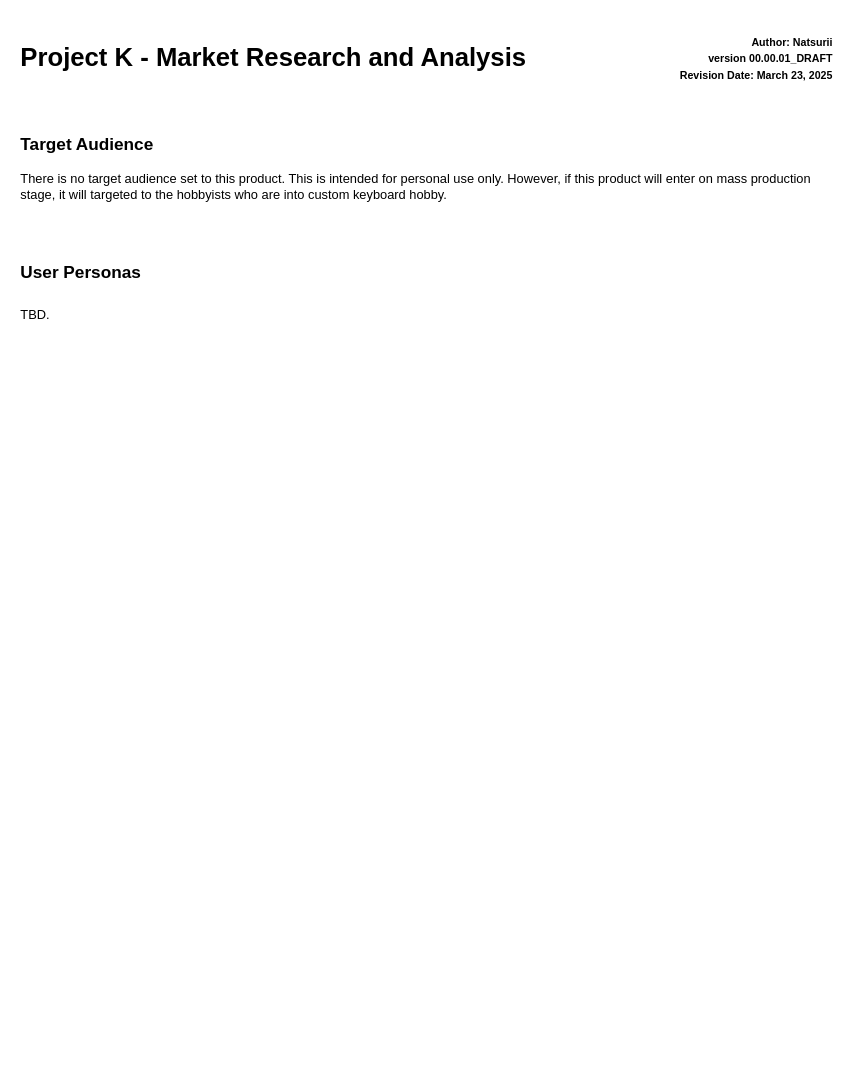
Natsurii/pk keeps this draw.io diagram as page "02_ Market" (3 of 5) of docs/plans/Design Plan.drawio. Above is the earlier version. Source tidied: cells renumbered, new cells numbered last; positions are measured from the earlier drawing's top-left corner, leaving out a move shared by most shapes. Both pictures are drawn from the tidied source at 107%, with x=0, y=0 at pixel (18, 36).
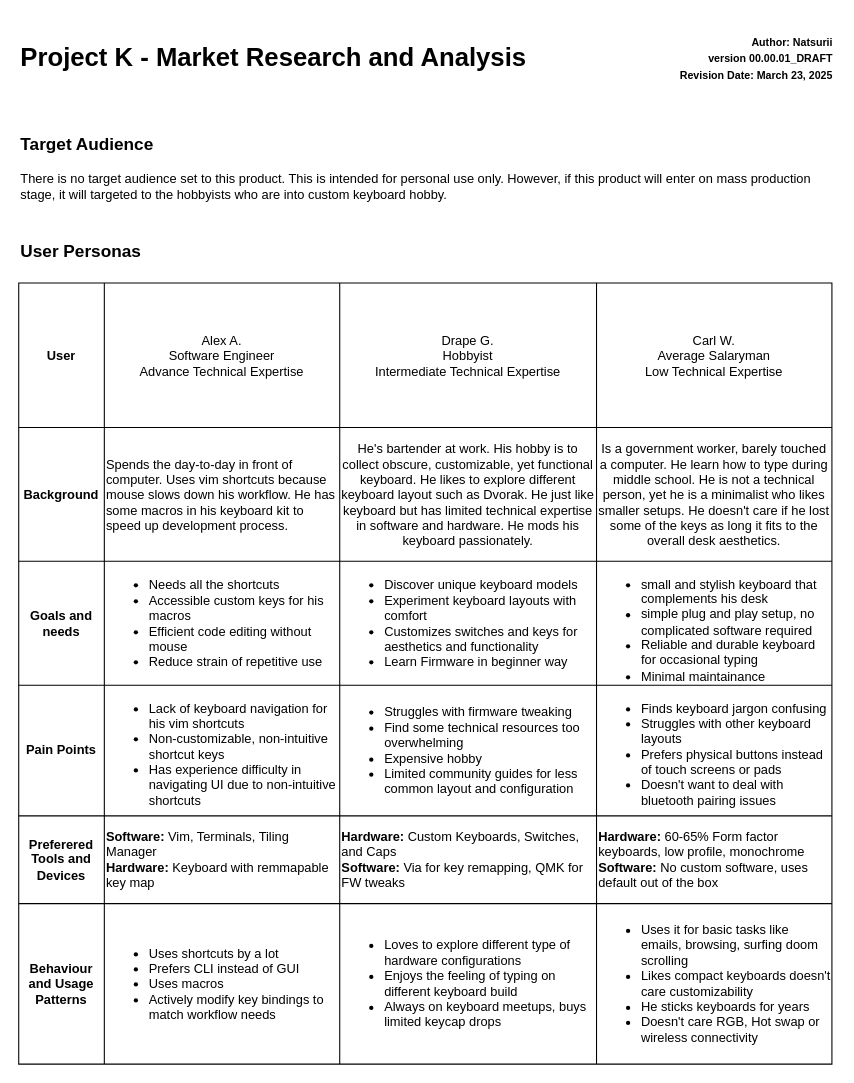
The same diagram, later.

Commit message (it also covers changes not shown here):
CHANGES: Add user stories in market analysis

The edit, as a diff of the source:
```diff
@@
     <mxCell id="8" value="&lt;h6&gt;User Personas&lt;/h6&gt;" style="text;strokeColor=none;fillColor=none;html=1;fontSize=24;fontStyle=1;verticalAlign=middle;align=left;" parent="1" vertex="1">
-      <mxGeometry y="200" width="160" height="40" as="geometry" />
+      <mxGeometry y="180" width="160" height="40" as="geometry" />
     </mxCell>
-    <mxCell id="9" value="TBD." style="text;html=1;align=left;verticalAlign=middle;whiteSpace=wrap;rounded=0;labelPosition=center;verticalLabelPosition=middle;" parent="1" vertex="1">
-      <mxGeometry y="240" width="760" height="40" as="geometry" />
-    </mxCell>
+    <mxCell id="10" style="shape=table;startSize=0;childLayout=tableLayout;verticalAlign=middle;" parent="1" vertex="1">
+      <mxGeometry y="230" width="760" height="730" as="geometry" />
+    </mxCell>
+    <mxCell id="11" style="shape=tableRow;horizontal=0;startSize=0;swimlaneHead=0;swimlaneBody=0;strokeColor=inherit;top=0;left=0;bottom=0;right=0;fillColor=none;" parent="10" vertex="1">
+      <mxGeometry width="760" height="135" as="geometry" />
+    </mxCell>
+    <mxCell id="12" value="&lt;b&gt;User&lt;/b&gt;" style="shape=partialRectangle;html=1;whiteSpace=wrap;strokeColor=inherit;overflow=hidden;fillColor=none;top=0;left=0;bottom=0;right=0;" parent="11" vertex="1">
+      <mxGeometry width="80" height="135" as="geometry" />
+    </mxCell>
+    <mxCell id="13" value="Alex A.&lt;div&gt;Software Engineer&lt;/div&gt;&lt;div&gt;Advance Technical Expertise&lt;/div&gt;" style="shape=partialRectangle;html=1;whiteSpace=wrap;strokeColor=inherit;overflow=hidden;fillColor=none;top=0;left=0;bottom=0;right=0;" parent="11" vertex="1">
+      <mxGeometry x="80" width="220" height="135" as="geometry" />
+    </mxCell>
+    <mxCell id="14" value="Drape G.&lt;div&gt;Hobbyist&lt;/div&gt;&lt;div&gt;Intermediate Technical Expertise&lt;/div&gt;" style="shape=partialRectangle;html=1;whiteSpace=wrap;strokeColor=inherit;overflow=hidden;fillColor=none;top=0;left=0;bottom=0;right=0;" parent="11" vertex="1">
+      <mxGeometry x="300" width="240" height="135" as="geometry" />
+    </mxCell>
+    <mxCell id="15" value="Carl W.&lt;div&gt;Average Salaryman&lt;/div&gt;&lt;div&gt;Low Technical Expertise&lt;/div&gt;" style="shape=partialRectangle;html=1;whiteSpace=wrap;strokeColor=inherit;overflow=hidden;fillColor=none;top=0;left=0;bottom=0;right=0;" parent="11" vertex="1">
+      <mxGeometry x="540" width="220" height="135" as="geometry" />
+    </mxCell>
+    <mxCell id="16" style="shape=tableRow;horizontal=0;startSize=0;swimlaneHead=0;swimlaneBody=0;strokeColor=inherit;top=0;left=0;bottom=0;right=0;fillColor=none;align=left;" parent="10" vertex="1">
+      <mxGeometry y="135" width="760" height="125" as="geometry" />
+    </mxCell>
+    <mxCell id="17" value="&lt;b&gt;Background&lt;/b&gt;" style="shape=partialRectangle;html=1;whiteSpace=wrap;strokeColor=inherit;overflow=hidden;fillColor=none;top=0;left=0;bottom=0;right=0;" parent="16" vertex="1">
+      <mxGeometry width="80" height="125" as="geometry" />
+    </mxCell>
+    <mxCell id="18" value="Spends the day-to-day in front of computer.&amp;nbsp;&lt;span style=&quot;background-color: transparent; color: light-dark(rgb(0, 0, 0), rgb(255, 255, 255));&quot;&gt;Uses vim shortcuts because mouse slows down his workflow. He has some macros in his keyboard kit to speed up development process.&lt;/span&gt;" style="shape=partialRectangle;html=1;whiteSpace=wrap;strokeColor=inherit;overflow=hidden;fillColor=none;top=0;left=0;bottom=0;right=0;align=left;verticalAlign=middle;" parent="16" vertex="1">
+      <mxGeometry x="80" width="220" height="125" as="geometry" />
+    </mxCell>
+    <mxCell id="19" value="He's bartender at work. His hobby is to collect obscure, customizable, yet functional keyboard. He likes to explore different keyboard layout such as Dvorak. He just like keyboard but has limited technical expertise in software and hardware. He mods his keyboard passionately." style="shape=partialRectangle;html=1;whiteSpace=wrap;strokeColor=inherit;overflow=hidden;fillColor=none;top=0;left=0;bottom=0;right=0;verticalAlign=middle;" parent="16" vertex="1">
+      <mxGeometry x="300" width="240" height="125" as="geometry" />
+    </mxCell>
+    <mxCell id="20" value="Is a government worker, barely touched a computer. He learn how to type during middle school. He is not a technical person, yet he is a minimalist who likes smaller setups. He doesn't care if he lost some of the keys as long it fits to the overall desk aesthetics." style="shape=partialRectangle;html=1;whiteSpace=wrap;strokeColor=inherit;overflow=hidden;fillColor=none;top=0;left=0;bottom=0;right=0;" parent="16" vertex="1">
+      <mxGeometry x="540" width="220" height="125" as="geometry" />
+    </mxCell>
+    <mxCell id="21" style="shape=tableRow;horizontal=0;startSize=0;swimlaneHead=0;swimlaneBody=0;strokeColor=inherit;top=0;left=0;bottom=0;right=0;fillColor=none;" parent="10" vertex="1">
+      <mxGeometry y="260" width="760" height="116" as="geometry" />
+    </mxCell>
+    <mxCell id="22" value="&lt;b&gt;Goals and needs&lt;/b&gt;" style="shape=partialRectangle;html=1;whiteSpace=wrap;strokeColor=inherit;overflow=hidden;fillColor=none;top=0;left=0;bottom=0;right=0;" parent="21" vertex="1">
+      <mxGeometry width="80" height="116" as="geometry" />
+    </mxCell>
+    <mxCell id="23" value="&lt;ul&gt;&lt;li&gt;Needs all the shortcuts&lt;/li&gt;&lt;li&gt;Accessible custom keys for his macros&lt;/li&gt;&lt;li&gt;Efficient code editing without mouse&lt;/li&gt;&lt;li&gt;Reduce strain of repetitive use&lt;/li&gt;&lt;/ul&gt;" style="shape=partialRectangle;html=1;whiteSpace=wrap;strokeColor=inherit;overflow=hidden;fillColor=none;top=0;left=0;bottom=0;right=0;align=left;" parent="21" vertex="1">
+      <mxGeometry x="80" width="220" height="116" as="geometry" />
+    </mxCell>
+    <mxCell id="24" value="&lt;ul&gt;&lt;li&gt;Discover unique keyboard models&lt;/li&gt;&lt;li&gt;Experiment keyboard layouts with comfort&lt;/li&gt;&lt;li&gt;Customizes switches and keys for aesthetics and functionality&lt;/li&gt;&lt;li&gt;Learn Firmware in beginner way&lt;/li&gt;&lt;/ul&gt;" style="shape=partialRectangle;html=1;whiteSpace=wrap;strokeColor=inherit;overflow=hidden;fillColor=none;top=0;left=0;bottom=0;right=0;align=left;" parent="21" vertex="1">
+      <mxGeometry x="300" width="240" height="116" as="geometry" />
+    </mxCell>
+    <mxCell id="25" value="&lt;ul&gt;&lt;li&gt;small and stylish keyboard that complements his desk&lt;/li&gt;&lt;li&gt;simple plug and play setup, no complicated software required&lt;/li&gt;&lt;li&gt;Reliable and durable keyboard for occasional typing&lt;/li&gt;&lt;li&gt;Minimal maintainance&lt;/li&gt;&lt;/ul&gt;" style="shape=partialRectangle;html=1;whiteSpace=wrap;strokeColor=inherit;overflow=hidden;fillColor=none;top=0;left=0;bottom=0;right=0;align=left;" parent="21" vertex="1">
+      <mxGeometry x="540" width="220" height="116" as="geometry" />
+    </mxCell>
+    <mxCell id="26" style="shape=tableRow;horizontal=0;startSize=0;swimlaneHead=0;swimlaneBody=0;strokeColor=inherit;top=0;left=0;bottom=0;right=0;fillColor=none;" parent="10" vertex="1">
+      <mxGeometry y="376" width="760" height="122" as="geometry" />
+    </mxCell>
+    <mxCell id="27" value="&lt;b&gt;Pain Points&lt;/b&gt;" style="shape=partialRectangle;html=1;whiteSpace=wrap;strokeColor=inherit;overflow=hidden;fillColor=none;top=0;left=0;bottom=0;right=0;" parent="26" vertex="1">
+      <mxGeometry width="80" height="122" as="geometry" />
+    </mxCell>
+    <mxCell id="28" value="&lt;ul&gt;&lt;li&gt;Lack of keyboard navigation for his vim shortcuts&lt;/li&gt;&lt;li&gt;Non-customizable, non-intuitive shortcut keys&lt;/li&gt;&lt;li&gt;Has experience difficulty in navigating UI due to non-intuitive shortcuts&lt;/li&gt;&lt;/ul&gt;" style="shape=partialRectangle;html=1;whiteSpace=wrap;strokeColor=inherit;overflow=hidden;fillColor=none;top=0;left=0;bottom=0;right=0;align=left;" parent="26" vertex="1">
+      <mxGeometry x="80" width="220" height="122" as="geometry" />
+    </mxCell>
+    <mxCell id="29" value="&lt;ul&gt;&lt;li&gt;Struggles with firmware tweaking&lt;/li&gt;&lt;li&gt;Find some technical resources too overwhelming&lt;/li&gt;&lt;li&gt;Expensive hobby&lt;/li&gt;&lt;li&gt;Limited community guides for less common layout and configuration&lt;/li&gt;&lt;/ul&gt;" style="shape=partialRectangle;html=1;whiteSpace=wrap;strokeColor=inherit;overflow=hidden;fillColor=none;top=0;left=0;bottom=0;right=0;align=left;" parent="26" vertex="1">
+      <mxGeometry x="300" width="240" height="122" as="geometry" />
+    </mxCell>
+    <mxCell id="30" value="&lt;ul&gt;&lt;li&gt;Finds keyboard jargon confusing&lt;/li&gt;&lt;li&gt;Struggles with other keyboard layouts&lt;/li&gt;&lt;li&gt;Prefers physical buttons instead of touch screens or pads&lt;/li&gt;&lt;li&gt;Doesn't want to deal with bluetooth pairing issues&lt;/li&gt;&lt;/ul&gt;" style="shape=partialRectangle;html=1;whiteSpace=wrap;strokeColor=inherit;overflow=hidden;fillColor=none;top=0;left=0;bottom=0;right=0;align=left;" parent="26" vertex="1">
+      <mxGeometry x="540" width="220" height="122" as="geometry" />
+    </mxCell>
+    <mxCell id="31" style="shape=tableRow;horizontal=0;startSize=0;swimlaneHead=0;swimlaneBody=0;strokeColor=inherit;top=0;left=0;bottom=0;right=0;fillColor=none;" parent="10" vertex="1">
+      <mxGeometry y="498" width="760" height="82" as="geometry" />
+    </mxCell>
+    <mxCell id="32" value="&lt;b&gt;Preferered Tools and Devices&lt;/b&gt;" style="shape=partialRectangle;html=1;whiteSpace=wrap;strokeColor=inherit;overflow=hidden;fillColor=none;top=0;left=0;bottom=0;right=0;" parent="31" vertex="1">
+      <mxGeometry width="80" height="82" as="geometry" />
+    </mxCell>
+    <mxCell id="33" value="&lt;b&gt;Software: &lt;/b&gt;Vim, Terminals, Tiling Manager&lt;div&gt;&lt;b&gt;Hardware: &lt;/b&gt;Keyboard with remmapable key map&lt;/div&gt;" style="shape=partialRectangle;html=1;whiteSpace=wrap;strokeColor=inherit;overflow=hidden;fillColor=none;top=0;left=0;bottom=0;right=0;align=left;" parent="31" vertex="1">
+      <mxGeometry x="80" width="220" height="82" as="geometry" />
+    </mxCell>
+    <mxCell id="34" value="&lt;b&gt;Hardware: &lt;/b&gt;Custom Keyboards, Switches, and Caps&lt;div&gt;&lt;b&gt;Software: &lt;/b&gt;Via for key remapping, QMK for FW tweaks&lt;/div&gt;" style="shape=partialRectangle;html=1;whiteSpace=wrap;strokeColor=inherit;overflow=hidden;fillColor=none;top=0;left=0;bottom=0;right=0;align=left;" parent="31" vertex="1">
+      <mxGeometry x="300" width="240" height="82" as="geometry" />
+    </mxCell>
+    <mxCell id="35" value="&lt;b&gt;Hardware: &lt;/b&gt;60-65% Form factor keyboards, low profile, monochrome&lt;div&gt;&lt;b&gt;Software: &lt;/b&gt;No custom software, uses default out of the box&lt;/div&gt;" style="shape=partialRectangle;html=1;whiteSpace=wrap;strokeColor=inherit;overflow=hidden;fillColor=none;top=0;left=0;bottom=0;right=0;align=left;" parent="31" vertex="1">
+      <mxGeometry x="540" width="220" height="82" as="geometry" />
+    </mxCell>
+    <mxCell id="36" style="shape=tableRow;horizontal=0;startSize=0;swimlaneHead=0;swimlaneBody=0;strokeColor=inherit;top=0;left=0;bottom=0;right=0;fillColor=none;fontStyle=1;" parent="10" vertex="1">
+      <mxGeometry y="580" width="760" height="150" as="geometry" />
+    </mxCell>
+    <mxCell id="37" value="&lt;b&gt;Behaviour and Usage Patterns&lt;/b&gt;" style="shape=partialRectangle;html=1;whiteSpace=wrap;strokeColor=inherit;overflow=hidden;fillColor=none;top=0;left=0;bottom=0;right=0;" parent="36" vertex="1">
+      <mxGeometry width="80" height="150" as="geometry" />
+    </mxCell>
+    <mxCell id="38" value="&lt;ul&gt;&lt;li&gt;Uses shortcuts by a lot&lt;/li&gt;&lt;li&gt;Prefers CLI instead of GUI&lt;/li&gt;&lt;li&gt;Uses macros&lt;/li&gt;&lt;li&gt;Actively modify key bindings to match workflow needs&lt;/li&gt;&lt;/ul&gt;" style="shape=partialRectangle;html=1;whiteSpace=wrap;strokeColor=inherit;overflow=hidden;fillColor=none;top=0;left=0;bottom=0;right=0;align=left;" parent="36" vertex="1">
+      <mxGeometry x="80" width="220" height="150" as="geometry" />
+    </mxCell>
+    <mxCell id="39" value="&lt;ul&gt;&lt;li&gt;Loves to explore different type of hardware configurations&lt;/li&gt;&lt;li&gt;Enjoys the feeling of typing on different keyboard build&lt;/li&gt;&lt;li&gt;Always on keyboard meetups, buys limited keycap drops&lt;/li&gt;&lt;/ul&gt;" style="shape=partialRectangle;html=1;whiteSpace=wrap;strokeColor=inherit;overflow=hidden;fillColor=none;top=0;left=0;bottom=0;right=0;align=left;" parent="36" vertex="1">
+      <mxGeometry x="300" width="240" height="150" as="geometry" />
+    </mxCell>
+    <mxCell id="40" value="&lt;ul&gt;&lt;li&gt;Uses it for basic tasks like emails, browsing, surfing doom scrolling&lt;/li&gt;&lt;li&gt;Likes compact keyboards doesn't care customizability&lt;/li&gt;&lt;li&gt;He sticks keyboards for years&lt;/li&gt;&lt;li&gt;Doesn't care RGB, Hot swap or wireless connectivity&lt;/li&gt;&lt;/ul&gt;" style="shape=partialRectangle;html=1;whiteSpace=wrap;strokeColor=inherit;overflow=hidden;fillColor=none;top=0;left=0;bottom=0;right=0;align=left;" parent="36" vertex="1">
+      <mxGeometry x="540" width="220" height="150" as="geometry" />
+    </mxCell>
```
